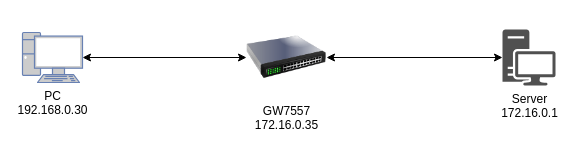
The draw.io diagram GW7557-Issue.drawio in nelsonchung/drawio, before the edit. Source tidied: cells renumbered, new cells numbered last; positions are measured from the earlier drawing's top-left corner, leaving out a move shared by most shapes. Both pictures are drawn from the tidied source at 100%, with x=0, y=0 at pixel (22, 17).
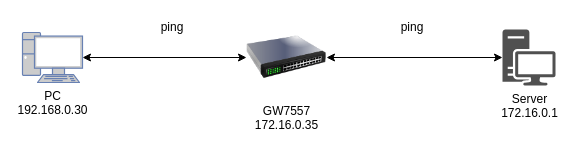
The same page after the edit.

What changed in the source:
```diff
@@
 <mxGraphModel>
   <root>
     <mxCell id="0" />
     <mxCell id="1" parent="0" />
     <mxCell id="2" style="edgeStyle=orthogonalEdgeStyle;rounded=0;jettySize=auto;html=1;exitX=1;exitY=0.5;exitDx=0;exitDy=0;startArrow=classic;startFill=1;" parent="1" edge="1" source="3" target="6">
       <mxGeometry relative="1" as="geometry" />
     </mxCell>
     <mxCell id="3" value="GW7557&lt;br&gt;172.16.0.35" style="image;html=1;image=img/lib/clip_art/networking/Switch_128x128.png;" parent="1" vertex="1">
       <mxGeometry x="224" width="80" height="80" as="geometry" />
     </mxCell>
     <mxCell id="4" style="edgeStyle=orthogonalEdgeStyle;rounded=0;jettySize=auto;html=1;exitX=1;exitY=0.5;exitDx=0;exitDy=0;exitPerimeter=0;entryX=0;entryY=0.5;entryDx=0;entryDy=0;startArrow=classic;startFill=1;" parent="1" edge="1" source="5" target="3">
       <mxGeometry relative="1" as="geometry" />
     </mxCell>
     <mxCell id="5" value="&lt;font color=&quot;#000000&quot;&gt;PC&lt;br&gt;192.168.0.30&lt;/font&gt;" style="fontColor=#0066CC;verticalAlign=top;verticalLabelPosition=bottom;labelPosition=center;align=center;html=1;outlineConnect=0;fillColor=#CCCCCC;strokeColor=#6881B3;gradientColor=none;gradientDirection=north;strokeWidth=2;shape=mxgraph.networks.pc;" parent="1" vertex="1">
       <mxGeometry y="15" width="60" height="50" as="geometry" />
     </mxCell>
     <mxCell id="6" value="Server&lt;br&gt;172.16.0.1" style="shadow=0;dashed=0;html=1;strokeColor=none;fillColor=#505050;labelPosition=center;verticalLabelPosition=bottom;verticalAlign=top;outlineConnect=0;align=center;shape=mxgraph.office.devices.workstation;" parent="1" vertex="1">
       <mxGeometry x="480" y="12" width="53" height="56" as="geometry" />
     </mxCell>
+    <mxCell id="7" value="ping" style="text;html=1;strokeColor=none;fillColor=none;align=center;verticalAlign=middle;whiteSpace=wrap;rounded=0;" parent="1" vertex="1">
+      <mxGeometry x="370" width="40" height="20" as="geometry" />
+    </mxCell>
+    <mxCell id="8" value="ping" style="text;html=1;strokeColor=none;fillColor=none;align=center;verticalAlign=middle;whiteSpace=wrap;rounded=0;" parent="1" vertex="1">
+      <mxGeometry x="130" width="40" height="20" as="geometry" />
+    </mxCell>
   </root>
 </mxGraphModel>
```
